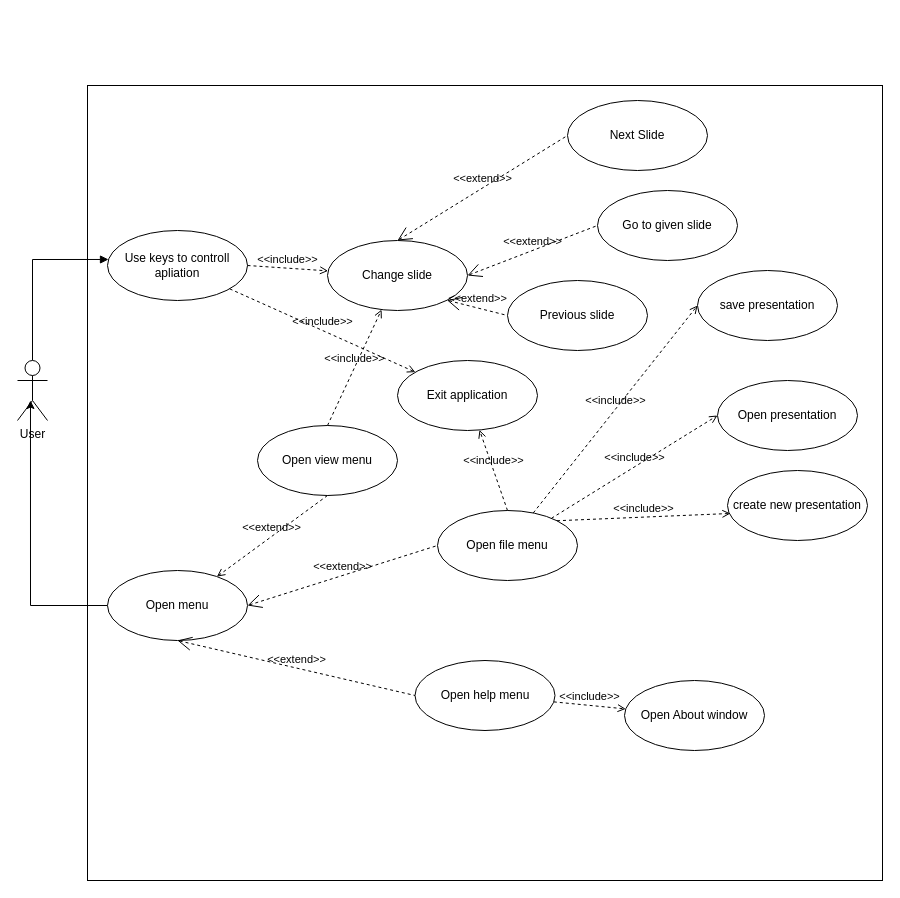
Above: Deel 1/UseCase.drawio in ThomasLuchies/OGO (draw.io), before the change. Source tidied: cells renumbered, new cells numbered last; positions are measured from the earlier drawing's top-left corner, leaving out a move shared by most shapes. Both pictures are drawn from the tidied source at 100%, with x=0, y=0 at pixel (17, 85).
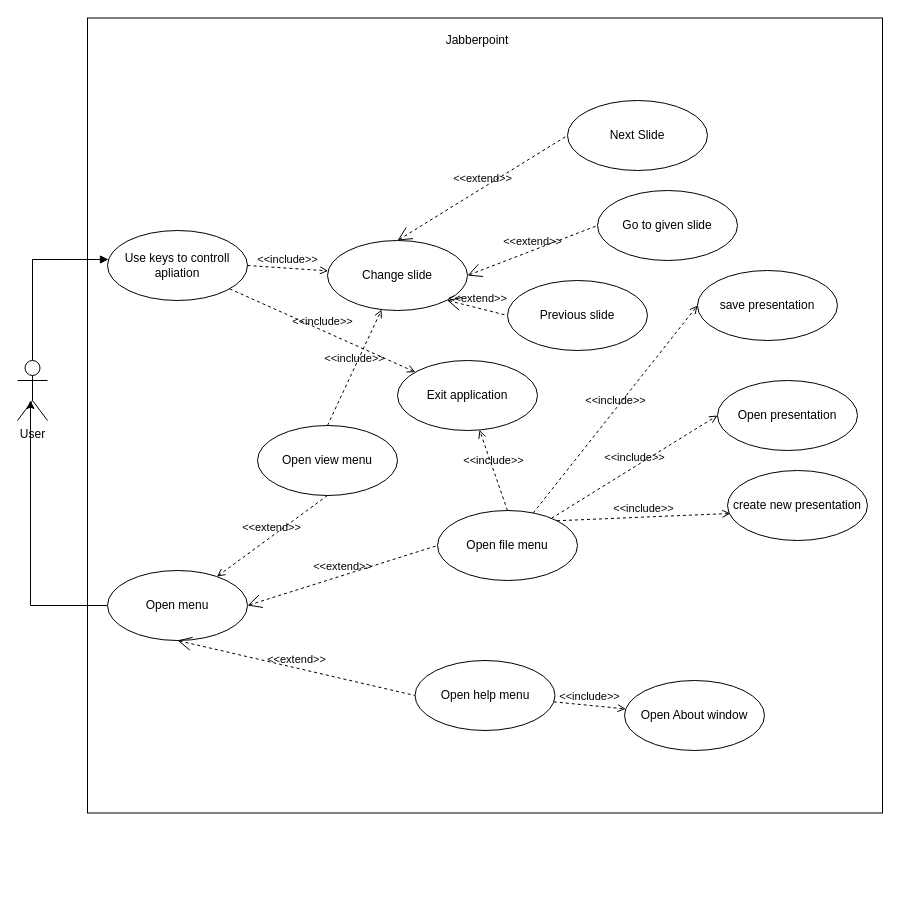
The same page after the edit.

Commit message:
update use case

Diff of the diagram source:
```diff
@@
     <mxCell id="2" style="whiteSpace=wrap;html=1;" parent="1" vertex="1">
-      <mxGeometry x="70" width="795" height="795" as="geometry" />
+      <mxGeometry x="70" y="-67.5" width="795" height="795" as="geometry" />
     </mxCell>
@@
+    <mxCell id="34" value="Jabberpoint" style="text;html=1;strokeColor=none;fillColor=none;align=center;verticalAlign=middle;whiteSpace=wrap;rounded=0;" parent="1" vertex="1">
+      <mxGeometry x="440" y="-55" width="40" height="20" as="geometry" />
+    </mxCell>
```
